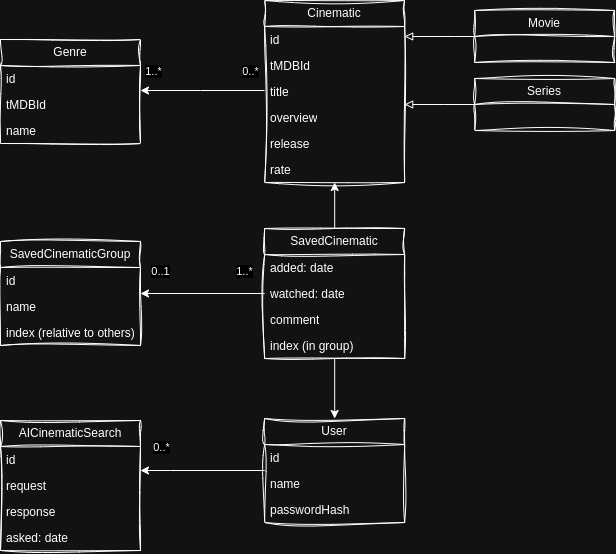
Earlier version of the draw.io export libra-view/src/main/resources/planning/domain.drawio.png (gaborbozo/LibraView). Source tidied: cells renumbered, new cells last; positions are measured from the earlier drawing's top-left corner, leaving out a move shared by most shapes. Its diagram source:
```xml
<mxGraphModel>
  <root>
    <mxCell id="0" />
    <mxCell id="1" parent="0" />
    <mxCell id="2" style="edgeStyle=orthogonalEdgeStyle;rounded=0;jettySize=auto;html=1;textShadow=0;startArrow=classic;startFill=1;endArrow=none;endFill=0;" parent="1" edge="1" source="6" target="20">
      <mxGeometry relative="1" as="geometry" />
    </mxCell>
    <mxCell id="3" style="edgeStyle=orthogonalEdgeStyle;rounded=0;orthogonalLoop=1;jettySize=auto;html=1;textShadow=0;strokeColor=default;startArrow=classic;startFill=1;endArrow=none;endFill=0;" parent="1" edge="1">
      <mxGeometry relative="1" as="geometry">
        <mxPoint x="140" y="90" as="sourcePoint" />
        <mxPoint x="264.2" y="90" as="targetPoint" />
        <Array as="points">
          <mxPoint x="200" y="90" />
          <mxPoint x="200" y="90" />
        </Array>
      </mxGeometry>
    </mxCell>
    <mxCell id="4" value="0..*" style="edgeLabel;html=1;align=center;verticalAlign=middle;textShadow=0;" parent="3" vertex="1">
      <mxGeometry x="0.75" y="1" relative="1" as="geometry">
        <mxPoint y="-19" as="offset" />
      </mxGeometry>
    </mxCell>
    <mxCell id="5" value="1..*" style="edgeLabel;html=1;align=center;verticalAlign=middle;textShadow=0;" parent="3" vertex="1">
      <mxGeometry x="-0.81" y="-2" relative="1" as="geometry">
        <mxPoint y="-22" as="offset" />
      </mxGeometry>
    </mxCell>
    <mxCell id="6" value="Cinematic" style="swimlane;fontStyle=0;horizontal=1;startSize=26;fillColor=none;whiteSpace=wrap;html=1;sketch=1;curveFitting=1;jiggle=2;textShadow=0;" parent="1" vertex="1">
      <mxGeometry x="264.2" width="140" height="182" as="geometry" />
    </mxCell>
    <mxCell id="7" value="id" style="text;strokeColor=none;fillColor=none;align=left;verticalAlign=top;spacingLeft=4;spacingRight=4;overflow=hidden;whiteSpace=wrap;html=1;sketch=1;curveFitting=1;jiggle=2;textShadow=0;" parent="6" vertex="1">
      <mxGeometry y="26" width="140" height="26" as="geometry" />
    </mxCell>
    <mxCell id="8" value="tMDBId" style="text;strokeColor=none;fillColor=none;align=left;verticalAlign=top;spacingLeft=4;spacingRight=4;overflow=hidden;whiteSpace=wrap;html=1;sketch=1;curveFitting=1;jiggle=2;textShadow=0;" parent="6" vertex="1">
      <mxGeometry y="52" width="140" height="26" as="geometry" />
    </mxCell>
    <mxCell id="9" value="title" style="text;strokeColor=none;fillColor=none;align=left;verticalAlign=top;spacingLeft=4;spacingRight=4;overflow=hidden;whiteSpace=wrap;html=1;sketch=1;curveFitting=1;jiggle=2;textShadow=0;" parent="6" vertex="1">
      <mxGeometry y="78" width="140" height="26" as="geometry" />
    </mxCell>
    <mxCell id="10" value="overview" style="text;strokeColor=none;fillColor=none;align=left;verticalAlign=top;spacingLeft=4;spacingRight=4;overflow=hidden;whiteSpace=wrap;html=1;sketch=1;curveFitting=1;jiggle=2;textShadow=0;" parent="6" vertex="1">
      <mxGeometry y="104" width="140" height="26" as="geometry" />
    </mxCell>
    <mxCell id="11" value="release" style="text;strokeColor=none;fillColor=none;align=left;verticalAlign=top;spacingLeft=4;spacingRight=4;overflow=hidden;whiteSpace=wrap;html=1;sketch=1;curveFitting=1;jiggle=2;textShadow=0;" parent="6" vertex="1">
      <mxGeometry y="130" width="140" height="26" as="geometry" />
    </mxCell>
    <mxCell id="12" value="rate" style="text;strokeColor=none;fillColor=none;align=left;verticalAlign=top;spacingLeft=4;spacingRight=4;overflow=hidden;whiteSpace=wrap;html=1;sketch=1;curveFitting=1;jiggle=2;textShadow=0;" parent="6" vertex="1">
      <mxGeometry y="156" width="140" height="26" as="geometry" />
    </mxCell>
    <mxCell id="13" style="edgeStyle=orthogonalEdgeStyle;rounded=0;jettySize=auto;html=1;textShadow=0;endArrow=none;endFill=0;startArrow=classic;startFill=1;" parent="1" edge="1" source="16" target="20">
      <mxGeometry relative="1" as="geometry" />
    </mxCell>
    <mxCell id="14" style="edgeStyle=orthogonalEdgeStyle;rounded=0;jettySize=auto;html=1;" parent="1" edge="1" source="16" target="40">
      <mxGeometry relative="1" as="geometry">
        <Array as="points">
          <mxPoint x="170" y="470" />
          <mxPoint x="170" y="470" />
        </Array>
      </mxGeometry>
    </mxCell>
    <mxCell id="15" value="0..*" style="edgeLabel;html=1;align=center;verticalAlign=middle;" parent="14" vertex="1">
      <mxGeometry x="0.61" y="-1" relative="1" as="geometry">
        <mxPoint x="-4" y="-23" as="offset" />
      </mxGeometry>
    </mxCell>
    <mxCell id="16" value="User" style="swimlane;fontStyle=0;horizontal=1;startSize=26;fillColor=none;whiteSpace=wrap;html=1;textShadow=0;sketch=1;curveFitting=1;jiggle=2;" parent="1" vertex="1">
      <mxGeometry x="264.2" y="418" width="140" height="104" as="geometry" />
    </mxCell>
    <mxCell id="17" value="id" style="text;strokeColor=none;fillColor=none;align=left;verticalAlign=top;spacingLeft=4;spacingRight=4;overflow=hidden;whiteSpace=wrap;html=1;textShadow=0;" parent="16" vertex="1">
      <mxGeometry y="26" width="140" height="26" as="geometry" />
    </mxCell>
    <mxCell id="18" value="name" style="text;strokeColor=none;fillColor=none;align=left;verticalAlign=top;spacingLeft=4;spacingRight=4;overflow=hidden;whiteSpace=wrap;html=1;textShadow=0;" parent="16" vertex="1">
      <mxGeometry y="52" width="140" height="26" as="geometry" />
    </mxCell>
    <mxCell id="19" value="passwordHash" style="text;strokeColor=none;fillColor=none;align=left;verticalAlign=top;spacingLeft=4;spacingRight=4;overflow=hidden;whiteSpace=wrap;html=1;textShadow=0;" parent="16" vertex="1">
      <mxGeometry y="78" width="140" height="26" as="geometry" />
    </mxCell>
    <mxCell id="20" value="SavedCinematic" style="swimlane;fontStyle=0;horizontal=1;startSize=26;fillColor=none;whiteSpace=wrap;html=1;textShadow=0;sketch=1;curveFitting=1;jiggle=2;" parent="1" vertex="1">
      <mxGeometry x="264.2" y="228" width="140" height="130" as="geometry" />
    </mxCell>
    <mxCell id="21" value="added: date" style="text;strokeColor=none;fillColor=none;align=left;verticalAlign=top;spacingLeft=4;spacingRight=4;overflow=hidden;whiteSpace=wrap;html=1;textShadow=0;" parent="20" vertex="1">
      <mxGeometry y="26" width="140" height="26" as="geometry" />
    </mxCell>
    <mxCell id="22" value="watched: date" style="text;strokeColor=none;fillColor=none;align=left;verticalAlign=top;spacingLeft=4;spacingRight=4;overflow=hidden;points=[[0,0.5],[1,0.5]];portConstraint=eastwest;whiteSpace=wrap;html=1;textShadow=0;" parent="20" vertex="1">
      <mxGeometry y="52" width="140" height="26" as="geometry" />
    </mxCell>
    <mxCell id="23" value="comment" style="text;strokeColor=none;fillColor=none;align=left;verticalAlign=top;spacingLeft=4;spacingRight=4;overflow=hidden;whiteSpace=wrap;html=1;textShadow=0;" parent="20" vertex="1">
      <mxGeometry y="78" width="140" height="26" as="geometry" />
    </mxCell>
    <mxCell id="24" value="index (in group)" style="text;strokeColor=none;fillColor=none;align=left;verticalAlign=top;spacingLeft=4;spacingRight=4;overflow=hidden;whiteSpace=wrap;html=1;textShadow=0;" parent="20" vertex="1">
      <mxGeometry y="104" width="140" height="26" as="geometry" />
    </mxCell>
    <mxCell id="25" value="Genre" style="swimlane;fontStyle=0;horizontal=1;startSize=26;fillColor=none;whiteSpace=wrap;html=1;textShadow=0;sketch=1;curveFitting=1;jiggle=2;" parent="1" vertex="1">
      <mxGeometry y="39" width="140" height="104" as="geometry" />
    </mxCell>
    <mxCell id="26" value="&lt;div&gt;id&lt;/div&gt;" style="text;strokeColor=none;fillColor=none;align=left;verticalAlign=top;spacingLeft=4;spacingRight=4;overflow=hidden;whiteSpace=wrap;html=1;textShadow=0;" parent="25" vertex="1">
      <mxGeometry y="26" width="140" height="26" as="geometry" />
    </mxCell>
    <mxCell id="27" value="tMDBId" style="text;strokeColor=none;fillColor=none;align=left;verticalAlign=top;spacingLeft=4;spacingRight=4;overflow=hidden;whiteSpace=wrap;html=1;textShadow=0;" parent="25" vertex="1">
      <mxGeometry y="52" width="140" height="26" as="geometry" />
    </mxCell>
    <mxCell id="28" value="name" style="text;strokeColor=none;fillColor=none;align=left;verticalAlign=top;spacingLeft=4;spacingRight=4;overflow=hidden;whiteSpace=wrap;html=1;textShadow=0;" parent="25" vertex="1">
      <mxGeometry y="78" width="140" height="26" as="geometry" />
    </mxCell>
    <mxCell id="29" style="edgeStyle=orthogonalEdgeStyle;rounded=0;jettySize=auto;html=1;endArrow=block;endFill=0;" parent="1" edge="1" source="30" target="6">
      <mxGeometry relative="1" as="geometry">
        <Array as="points">
          <mxPoint x="444.2" y="104" />
          <mxPoint x="444.2" y="104" />
        </Array>
      </mxGeometry>
    </mxCell>
    <mxCell id="30" value="Series" style="swimlane;fontStyle=0;horizontal=1;startSize=26;fillColor=none;whiteSpace=wrap;html=1;sketch=1;curveFitting=1;jiggle=2;textShadow=0;" parent="1" vertex="1">
      <mxGeometry x="474.2" y="78" width="140" height="52" as="geometry" />
    </mxCell>
    <mxCell id="31" style="edgeStyle=orthogonalEdgeStyle;rounded=0;jettySize=auto;html=1;endArrow=block;endFill=0;" parent="1" edge="1" source="32" target="6">
      <mxGeometry relative="1" as="geometry">
        <Array as="points">
          <mxPoint x="454.2" y="36" />
          <mxPoint x="454.2" y="36" />
        </Array>
      </mxGeometry>
    </mxCell>
    <mxCell id="32" value="Movie" style="swimlane;fontStyle=0;horizontal=1;startSize=26;fillColor=none;whiteSpace=wrap;html=1;sketch=1;curveFitting=1;jiggle=2;textShadow=0;" parent="1" vertex="1">
      <mxGeometry x="474.2" y="10" width="140" height="52" as="geometry" />
    </mxCell>
    <mxCell id="33" value="SavedCinematicGroup" style="swimlane;fontStyle=0;horizontal=1;startSize=26;fillColor=none;whiteSpace=wrap;html=1;textShadow=0;sketch=1;curveFitting=1;jiggle=2;" parent="1" vertex="1">
      <mxGeometry y="241" width="140" height="104" as="geometry" />
    </mxCell>
    <mxCell id="34" value="id" style="text;strokeColor=none;fillColor=none;align=left;verticalAlign=top;spacingLeft=4;spacingRight=4;overflow=hidden;whiteSpace=wrap;html=1;textShadow=0;" parent="33" vertex="1">
      <mxGeometry y="26" width="140" height="26" as="geometry" />
    </mxCell>
    <mxCell id="35" value="name" style="text;strokeColor=none;fillColor=none;align=left;verticalAlign=top;spacingLeft=4;spacingRight=4;overflow=hidden;whiteSpace=wrap;html=1;textShadow=0;" parent="33" vertex="1">
      <mxGeometry y="52" width="140" height="26" as="geometry" />
    </mxCell>
    <mxCell id="36" value="index (relative to others)" style="text;strokeColor=none;fillColor=none;align=left;verticalAlign=top;spacingLeft=4;spacingRight=4;overflow=hidden;whiteSpace=wrap;html=1;textShadow=0;" parent="33" vertex="1">
      <mxGeometry y="78" width="140" height="26" as="geometry" />
    </mxCell>
    <mxCell id="37" style="edgeStyle=orthogonalEdgeStyle;rounded=0;jettySize=auto;html=1;" parent="1" edge="1" source="22" target="33">
      <mxGeometry relative="1" as="geometry">
        <Array as="points">
          <mxPoint x="270" y="295" />
          <mxPoint x="270" y="295" />
        </Array>
      </mxGeometry>
    </mxCell>
    <mxCell id="38" value="0..1" style="edgeLabel;html=1;align=center;verticalAlign=middle;" parent="37" vertex="1">
      <mxGeometry x="0.73" y="-1" relative="1" as="geometry">
        <mxPoint x="2" y="-22" as="offset" />
      </mxGeometry>
    </mxCell>
    <mxCell id="39" value="1..*" style="edgeLabel;html=1;align=center;verticalAlign=middle;" parent="37" vertex="1">
      <mxGeometry x="-0.4" y="-1" relative="1" as="geometry">
        <mxPoint x="16" y="-22" as="offset" />
      </mxGeometry>
    </mxCell>
    <mxCell id="40" value="AICinematicSearch" style="swimlane;fontStyle=0;horizontal=1;startSize=26;fillColor=none;whiteSpace=wrap;html=1;textShadow=0;sketch=1;curveFitting=1;jiggle=2;" parent="1" vertex="1">
      <mxGeometry y="420" width="140" height="130" as="geometry" />
    </mxCell>
    <mxCell id="41" value="id" style="text;strokeColor=none;fillColor=none;align=left;verticalAlign=top;spacingLeft=4;spacingRight=4;overflow=hidden;whiteSpace=wrap;html=1;textShadow=0;" parent="40" vertex="1">
      <mxGeometry y="26" width="140" height="26" as="geometry" />
    </mxCell>
    <mxCell id="42" value="request" style="text;strokeColor=none;fillColor=none;align=left;verticalAlign=top;spacingLeft=4;spacingRight=4;overflow=hidden;whiteSpace=wrap;html=1;textShadow=0;" parent="40" vertex="1">
      <mxGeometry y="52" width="140" height="26" as="geometry" />
    </mxCell>
    <mxCell id="43" value="response" style="text;strokeColor=none;fillColor=none;align=left;verticalAlign=top;spacingLeft=4;spacingRight=4;overflow=hidden;whiteSpace=wrap;html=1;textShadow=0;" parent="40" vertex="1">
      <mxGeometry y="78" width="140" height="26" as="geometry" />
    </mxCell>
    <mxCell id="44" value="asked: date" style="text;strokeColor=none;fillColor=none;align=left;verticalAlign=top;spacingLeft=4;spacingRight=4;overflow=hidden;whiteSpace=wrap;html=1;textShadow=0;" parent="40" vertex="1">
      <mxGeometry y="104" width="140" height="26" as="geometry" />
    </mxCell>
  </root>
</mxGraphModel>
```
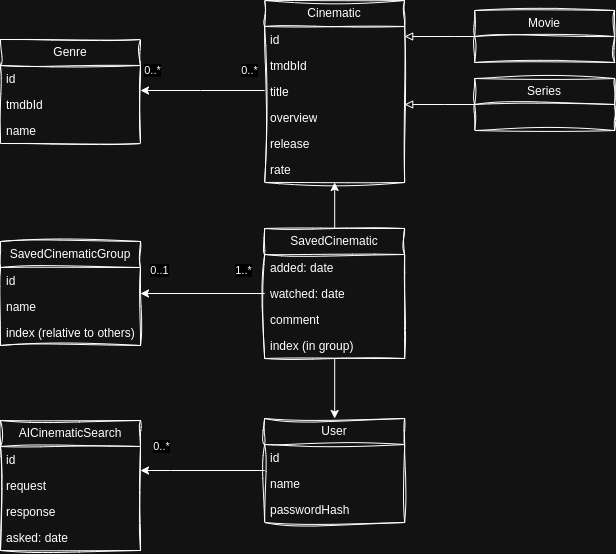
Above is the later version.

The edit, as a diff of the source:
```diff
@@ -20,7 +20,7 @@
         <mxPoint y="-19" as="offset" />
       </mxGeometry>
     </mxCell>
-    <mxCell id="5" value="1..*" style="edgeLabel;html=1;align=center;verticalAlign=middle;textShadow=0;" parent="3" vertex="1">
+    <mxCell id="5" value="0..*" style="edgeLabel;html=1;align=center;verticalAlign=middle;textShadow=0;" parent="3" vertex="1">
       <mxGeometry x="-0.81" y="-2" relative="1" as="geometry">
         <mxPoint y="-22" as="offset" />
       </mxGeometry>
@@ -31,7 +31,7 @@
     <mxCell id="7" value="id" style="text;strokeColor=none;fillColor=none;align=left;verticalAlign=top;spacingLeft=4;spacingRight=4;overflow=hidden;whiteSpace=wrap;html=1;sketch=1;curveFitting=1;jiggle=2;textShadow=0;" parent="6" vertex="1">
       <mxGeometry y="26" width="140" height="26" as="geometry" />
     </mxCell>
-    <mxCell id="8" value="tMDBId" style="text;strokeColor=none;fillColor=none;align=left;verticalAlign=top;spacingLeft=4;spacingRight=4;overflow=hidden;whiteSpace=wrap;html=1;sketch=1;curveFitting=1;jiggle=2;textShadow=0;" parent="6" vertex="1">
+    <mxCell id="8" value="tmdbId" style="text;strokeColor=none;fillColor=none;align=left;verticalAlign=top;spacingLeft=4;spacingRight=4;overflow=hidden;whiteSpace=wrap;html=1;sketch=1;curveFitting=1;jiggle=2;textShadow=0;" parent="6" vertex="1">
       <mxGeometry y="52" width="140" height="26" as="geometry" />
     </mxCell>
     <mxCell id="9" value="title" style="text;strokeColor=none;fillColor=none;align=left;verticalAlign=top;spacingLeft=4;spacingRight=4;overflow=hidden;whiteSpace=wrap;html=1;sketch=1;curveFitting=1;jiggle=2;textShadow=0;" parent="6" vertex="1">
@@ -95,7 +95,7 @@
     <mxCell id="26" value="&lt;div&gt;id&lt;/div&gt;" style="text;strokeColor=none;fillColor=none;align=left;verticalAlign=top;spacingLeft=4;spacingRight=4;overflow=hidden;whiteSpace=wrap;html=1;textShadow=0;" parent="25" vertex="1">
       <mxGeometry y="26" width="140" height="26" as="geometry" />
     </mxCell>
-    <mxCell id="27" value="tMDBId" style="text;strokeColor=none;fillColor=none;align=left;verticalAlign=top;spacingLeft=4;spacingRight=4;overflow=hidden;whiteSpace=wrap;html=1;textShadow=0;" parent="25" vertex="1">
+    <mxCell id="27" value="tmdbId" style="text;strokeColor=none;fillColor=none;align=left;verticalAlign=top;spacingLeft=4;spacingRight=4;overflow=hidden;whiteSpace=wrap;html=1;textShadow=0;" parent="25" vertex="1">
       <mxGeometry y="52" width="140" height="26" as="geometry" />
     </mxCell>
     <mxCell id="28" value="name" style="text;strokeColor=none;fillColor=none;align=left;verticalAlign=top;spacingLeft=4;spacingRight=4;overflow=hidden;whiteSpace=wrap;html=1;textShadow=0;" parent="25" vertex="1">
```
